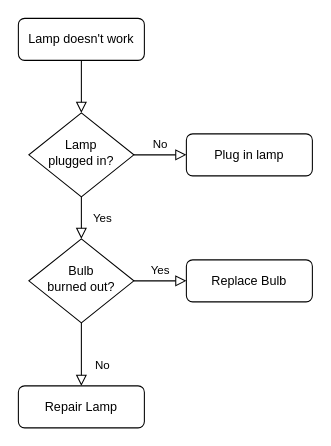
Above: Diagrama sin título.drawio in altsofia/desarrollo-web-ap (draw.io), before the change. Source tidied: cells renumbered, new cells numbered last; positions are measured from the earlier drawing's top-left corner, leaving out a move shared by most shapes. Both pictures are drawn from the tidied source at 105%, with x=0, y=0 at pixel (18, 18).
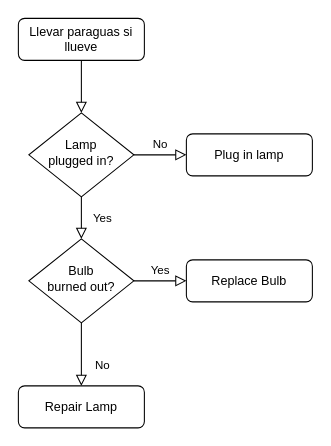
The same page after the edit.

The edit, as a diff of the source:
```diff
@@
 <mxGraphModel>
   <root>
     <mxCell id="0" />
     <mxCell id="1" parent="0" />
     <mxCell id="2" style="rounded=0;html=1;jettySize=auto;fontSize=11;endArrow=block;endFill=0;endSize=8;strokeWidth=1;shadow=0;labelBackgroundColor=none;edgeStyle=orthogonalEdgeStyle;" parent="1" edge="1" source="3" target="6">
       <mxGeometry relative="1" as="geometry" />
     </mxCell>
-    <mxCell id="3" value="Lamp doesn't work" style="rounded=1;whiteSpace=wrap;html=1;fontSize=12;glass=0;strokeWidth=1;shadow=0;" parent="1" vertex="1">
+    <mxCell id="3" value="Llevar paraguas si llueve" style="rounded=1;whiteSpace=wrap;html=1;fontSize=12;glass=0;strokeWidth=1;shadow=0;" parent="1" vertex="1">
       <mxGeometry width="120" height="40" as="geometry" />
     </mxCell>
     <mxCell id="4" value="Yes" style="rounded=0;html=1;jettySize=auto;fontSize=11;endArrow=block;endFill=0;endSize=8;strokeWidth=1;shadow=0;labelBackgroundColor=none;edgeStyle=orthogonalEdgeStyle;" parent="1" edge="1" source="6" target="10">
       <mxGeometry y="20" relative="1" as="geometry" />
     </mxCell>
     <mxCell id="5" value="No" style="edgeStyle=orthogonalEdgeStyle;rounded=0;html=1;jettySize=auto;fontSize=11;endArrow=block;endFill=0;endSize=8;strokeWidth=1;shadow=0;labelBackgroundColor=none;" parent="1" edge="1" source="6" target="7">
       <mxGeometry y="10" relative="1" as="geometry" />
     </mxCell>
     <mxCell id="6" value="Lamp&lt;br&gt;plugged in?" style="rhombus;whiteSpace=wrap;html=1;shadow=0;fontFamily=Helvetica;fontSize=12;align=center;strokeWidth=1;spacing=6;spacingTop=-4;" parent="1" vertex="1">
       <mxGeometry x="10" y="90" width="100" height="80" as="geometry" />
     </mxCell>
     <mxCell id="7" value="Plug in lamp" style="rounded=1;whiteSpace=wrap;html=1;fontSize=12;glass=0;strokeWidth=1;shadow=0;" parent="1" vertex="1">
       <mxGeometry x="160" y="110" width="120" height="40" as="geometry" />
     </mxCell>
     <mxCell id="8" value="No" style="rounded=0;html=1;jettySize=auto;fontSize=11;endArrow=block;endFill=0;endSize=8;strokeWidth=1;shadow=0;labelBackgroundColor=none;edgeStyle=orthogonalEdgeStyle;" parent="1" edge="1" source="10" target="11">
       <mxGeometry x="0.33" y="20" relative="1" as="geometry" />
     </mxCell>
     <mxCell id="9" value="Yes" style="edgeStyle=orthogonalEdgeStyle;rounded=0;html=1;jettySize=auto;fontSize=11;endArrow=block;endFill=0;endSize=8;strokeWidth=1;shadow=0;labelBackgroundColor=none;" parent="1" edge="1" source="10" target="12">
       <mxGeometry y="10" relative="1" as="geometry" />
     </mxCell>
     <mxCell id="10" value="Bulb&lt;br&gt;burned out?" style="rhombus;whiteSpace=wrap;html=1;shadow=0;fontFamily=Helvetica;fontSize=12;align=center;strokeWidth=1;spacing=6;spacingTop=-4;" parent="1" vertex="1">
       <mxGeometry x="10" y="210" width="100" height="80" as="geometry" />
     </mxCell>
     <mxCell id="11" value="Repair Lamp" style="rounded=1;whiteSpace=wrap;html=1;fontSize=12;glass=0;strokeWidth=1;shadow=0;" parent="1" vertex="1">
       <mxGeometry y="350" width="120" height="40" as="geometry" />
     </mxCell>
     <mxCell id="12" value="Replace Bulb" style="rounded=1;whiteSpace=wrap;html=1;fontSize=12;glass=0;strokeWidth=1;shadow=0;" parent="1" vertex="1">
       <mxGeometry x="160" y="230" width="120" height="40" as="geometry" />
     </mxCell>
   </root>
 </mxGraphModel>
```
